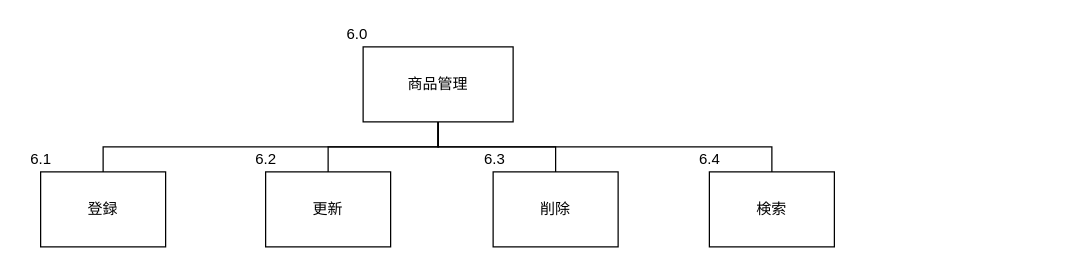
Yamanin3/system-devel keeps this draw.io diagram as サブシステム構造図/商品管理.drawio. Above is the earlier version. Source tidied: cells renumbered, new cells numbered last; positions are measured from the earlier drawing's top-left corner, leaving out a move shared by most shapes. Both pictures are drawn from the tidied source at 125%, with x=0, y=0 at pixel (21, 21).
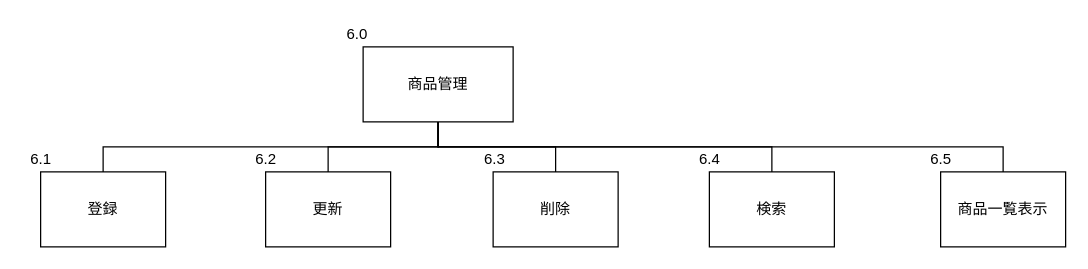
The same page after the edit.

What changed in the source:
```diff
@@
 <mxGraphModel>
   <root>
     <mxCell id="0" />
     <mxCell id="1" parent="0" />
     <mxCell id="2" value="商品管理" style="whiteSpace=wrap;html=1;align=center;" parent="1" vertex="1">
       <mxGeometry x="273" y="20" width="120" height="60" as="geometry" />
     </mxCell>
     <mxCell id="3" value="更新" style="whiteSpace=wrap;html=1;align=center;verticalAlign=middle;" parent="1" vertex="1">
       <mxGeometry x="195" y="120" width="100" height="60" as="geometry" />
     </mxCell>
     <mxCell id="4" style="edgeStyle=elbowEdgeStyle;elbow=vertical;startArrow=none;endArrow=none;rounded=0;exitX=0.5;exitY=1;exitDx=0;exitDy=0;" parent="1" edge="1" source="2" target="3">
       <mxGeometry relative="1" as="geometry" />
     </mxCell>
     <mxCell id="5" value="登録" style="whiteSpace=wrap;html=1;align=center;verticalAlign=middle;" parent="1" vertex="1">
       <mxGeometry x="15" y="120" width="100" height="60" as="geometry" />
     </mxCell>
     <mxCell id="6" style="edgeStyle=elbowEdgeStyle;elbow=vertical;startArrow=none;endArrow=none;rounded=0;exitX=0.5;exitY=1;exitDx=0;exitDy=0;" parent="1" edge="1" source="2" target="5">
       <mxGeometry relative="1" as="geometry" />
     </mxCell>
     <mxCell id="7" value="6.0" style="text;html=1;align=center;verticalAlign=middle;fillColor=none;strokeColor=none;rounded=0;" parent="1" vertex="1">
       <mxGeometry x="253" width="30" height="20" as="geometry" />
     </mxCell>
     <mxCell id="8" value="6.1" style="text;html=1;align=center;verticalAlign=middle;fillColor=none;strokeColor=none;rounded=0;" parent="1" vertex="1">
       <mxGeometry y="100" width="30" height="20" as="geometry" />
     </mxCell>
     <mxCell id="9" value="6.2" style="text;html=1;align=center;verticalAlign=middle;fillColor=none;strokeColor=none;rounded=0;" parent="1" vertex="1">
       <mxGeometry x="180" y="100" width="30" height="20" as="geometry" />
     </mxCell>
     <mxCell id="10" value="削除" style="whiteSpace=wrap;html=1;align=center;verticalAlign=middle;" parent="1" vertex="1">
       <mxGeometry x="377" y="120" width="100" height="60" as="geometry" />
     </mxCell>
     <mxCell id="11" style="edgeStyle=elbowEdgeStyle;elbow=vertical;startArrow=none;endArrow=none;rounded=0;exitX=0.5;exitY=1;exitDx=0;exitDy=0;" parent="1" edge="1" source="2" target="10">
       <mxGeometry relative="1" as="geometry" />
     </mxCell>
     <mxCell id="12" value="6.3" style="text;html=1;align=center;verticalAlign=middle;fillColor=none;strokeColor=none;rounded=0;" parent="1" vertex="1">
       <mxGeometry x="363" y="100" width="30" height="20" as="geometry" />
     </mxCell>
     <mxCell id="13" value="検索" style="whiteSpace=wrap;html=1;align=center;verticalAlign=middle;" parent="1" vertex="1">
       <mxGeometry x="550" y="120" width="100" height="60" as="geometry" />
     </mxCell>
     <mxCell id="14" style="edgeStyle=elbowEdgeStyle;elbow=vertical;startArrow=none;endArrow=none;rounded=0;exitX=0.5;exitY=1;exitDx=0;exitDy=0;" parent="1" edge="1" source="2" target="13">
       <mxGeometry relative="1" as="geometry" />
     </mxCell>
     <mxCell id="15" value="6.4" style="text;html=1;align=center;verticalAlign=middle;fillColor=none;strokeColor=none;rounded=0;" parent="1" vertex="1">
       <mxGeometry x="535" y="100" width="30" height="20" as="geometry" />
     </mxCell>
+    <mxCell id="16" value="商品一覧表示" style="whiteSpace=wrap;html=1;align=center;verticalAlign=middle;" parent="1" vertex="1">
+      <mxGeometry x="735" y="120" width="100" height="60" as="geometry" />
+    </mxCell>
+    <mxCell id="17" value="6.5" style="text;html=1;align=center;verticalAlign=middle;fillColor=none;strokeColor=none;rounded=0;" parent="1" vertex="1">
+      <mxGeometry x="720" y="100" width="30" height="20" as="geometry" />
+    </mxCell>
+    <mxCell id="18" style="edgeStyle=elbowEdgeStyle;elbow=vertical;startArrow=none;endArrow=none;rounded=0;exitX=0.5;exitY=1;exitDx=0;exitDy=0;entryX=0.5;entryY=0;entryDx=0;entryDy=0;" parent="1" edge="1" source="2" target="16">
+      <mxGeometry relative="1" as="geometry" />
+    </mxCell>
   </root>
 </mxGraphModel>
```
